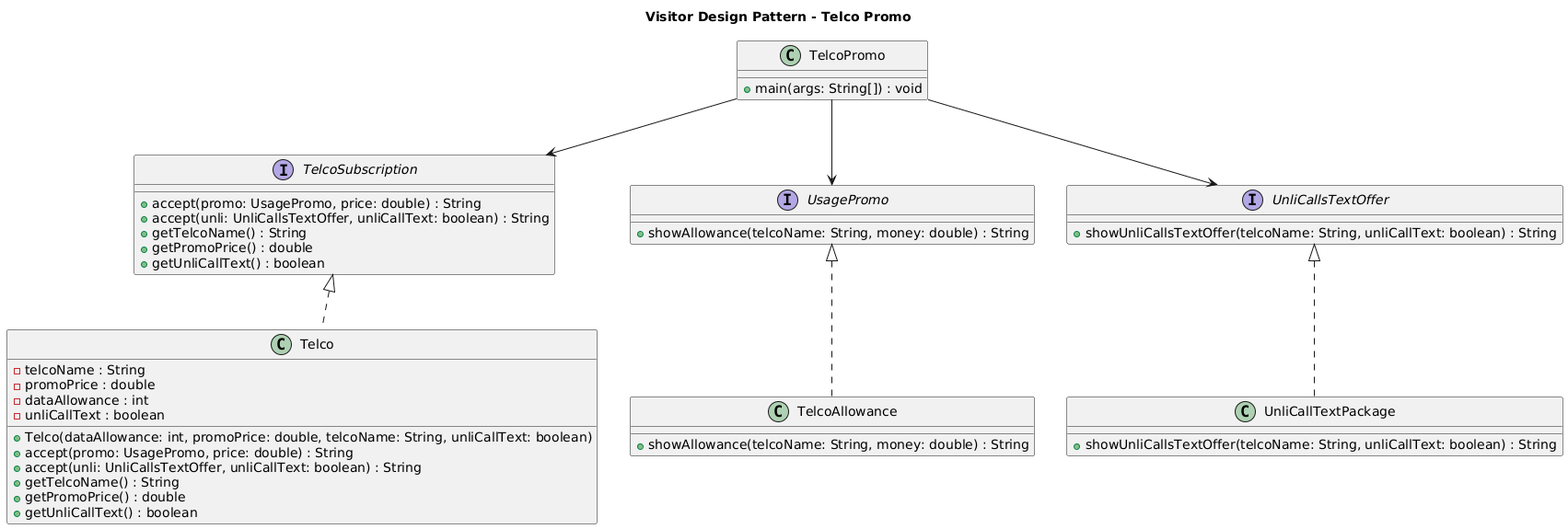
This is VisitorPattern_UML.png from princecyrusang/Visitor-Pattern, a PlantUML export, as it was before one commit.
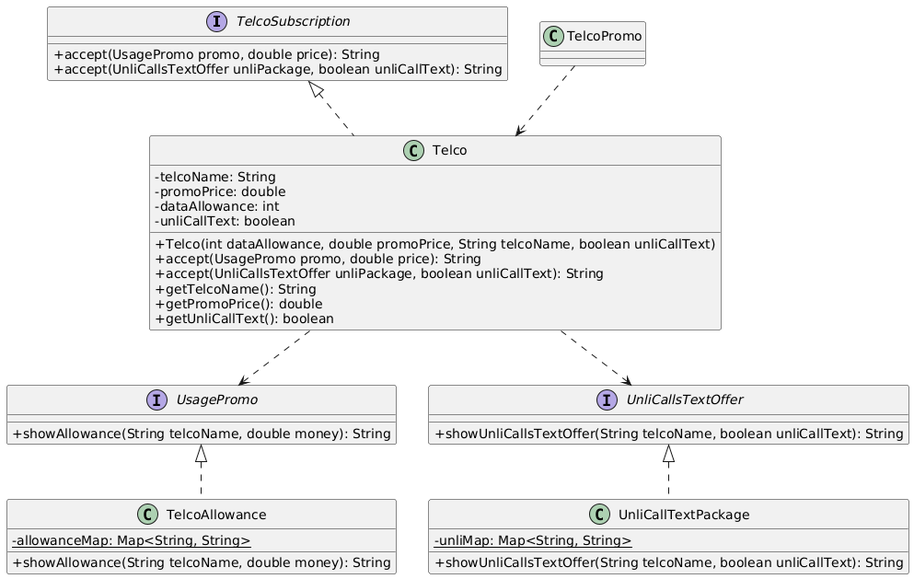
The same file after the commit.

Commit message:
Update README with Mermaid UML diagram for Visitor Pattern

The edit, as a diff of the source:
```diff
@@ -1,55 +1,43 @@
 @startuml
-title Visitor Design Pattern - Telco Promo
+skinparam classAttributeIconSize 0
 
 interface TelcoSubscription {
-    +accept(promo: UsagePromo, price: double) : String
-    +accept(unli: UnliCallsTextOffer, unliCallText: boolean) : String
-    +getTelcoName() : String
-    +getPromoPrice() : double
-    +getUnliCallText() : boolean
+    + accept(UsagePromo promo, double price): String
+    + accept(UnliCallsTextOffer unliPackage, boolean unliCallText): String
 }
 
-class Telco {
-    -telcoName : String
-    -promoPrice : double
-    -dataAllowance : int
-    -unliCallText : boolean
-
-    +Telco(dataAllowance: int, promoPrice: double, telcoName: String, unliCallText: boolean)
-    +accept(promo: UsagePromo, price: double) : String
-    +accept(unli: UnliCallsTextOffer, unliCallText: boolean) : String
-    +getTelcoName() : String
-    +getPromoPrice() : double
-    +getUnliCallText() : boolean
+class Telco implements TelcoSubscription {
+    - telcoName: String
+    - promoPrice: double
+    - dataAllowance: int
+    - unliCallText: boolean
+    + Telco(int dataAllowance, double promoPrice, String telcoName, boolean unliCallText)
+    + accept(UsagePromo promo, double price): String
+    + accept(UnliCallsTextOffer unliPackage, boolean unliCallText): String
+    + getTelcoName(): String
+    + getPromoPrice(): double
+    + getUnliCallText(): boolean
 }
 
-TelcoSubscription <|.. Telco
-
 interface UsagePromo {
-    +showAllowance(telcoName: String, money: double) : String
+    + showAllowance(String telcoName, double money): String
 }
 
-class TelcoAllowance {
-    +showAllowance(telcoName: String, money: double) : String
+interface UnliCallsTextOffer {
+    + showUnliCallsTextOffer(String telcoName, boolean unliCallText): String
 }
 
-UsagePromo <|.. TelcoAllowance
-
-interface UnliCallsTextOffer {
-    +showUnliCallsTextOffer(telcoName: String, unliCallText: boolean) : String
+class TelcoAllowance implements UsagePromo {
+    - {static} allowanceMap: Map<String, String>
+    + showAllowance(String telcoName, double money): String
 }
 
-class UnliCallTextPackage {
-    +showUnliCallsTextOffer(telcoName: String, unliCallText: boolean) : String
+class UnliCallTextPackage implements UnliCallsTextOffer {
+    - {static} unliMap: Map<String, String>
+    + showUnliCallsTextOffer(String telcoName, boolean unliCallText): String
 }
 
-UnliCallsTextOffer <|.. UnliCallTextPackage
-
-class TelcoPromo {
-    +main(args: String[]) : void
-}
-
-TelcoPromo --> TelcoSubscription
-TelcoPromo --> UsagePromo
-TelcoPromo --> UnliCallsTextOffer
-@enduml
+TelcoPromo ..> Telco
+Telco ..> UsagePromo
+Telco ..> UnliCallsTextOffer
+@endum
```
